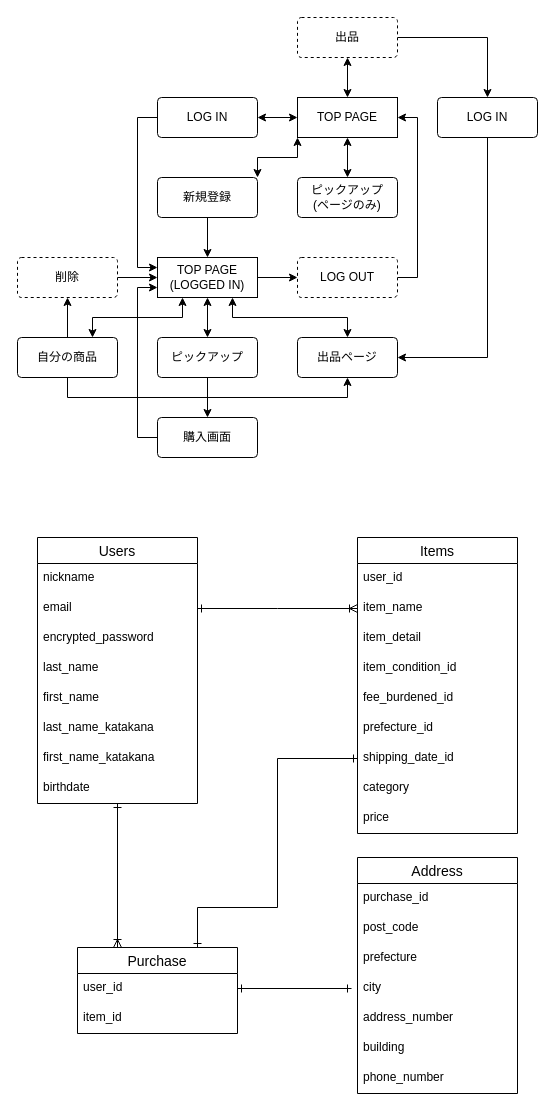
Above: furima.dio in akitomoj/furima-29583 (draw.io), before the change. Source tidied: cells renumbered, new cells numbered last; positions are measured from the earlier drawing's top-left corner, leaving out a move shared by most shapes. Both pictures are drawn from the tidied source at 100%, with x=0, y=0 at pixel (17, 17).
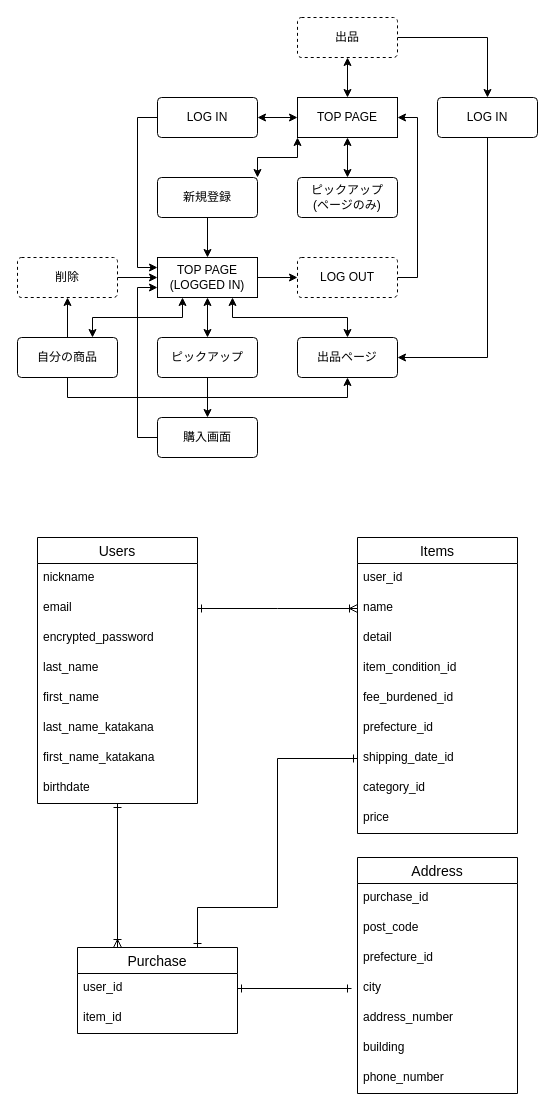
Above is the later version.

Commit message (it also covers changes not shown here):
テーブル設計：readmeとER図−修正3

Unchanged cells that the change refers to:
```xml
<mxCell id="43" value="Items" style="swimlane;fontStyle=0;horizontal=1;startSize=26;align=center;fontSize=14;" parent="1" vertex="1">
  <mxGeometry x="340" y="520" width="160" height="296" as="geometry" />
</mxCell>
<mxCell id="53" value="Address" style="swimlane;fontStyle=0;horizontal=1;startSize=26;align=center;fontSize=14;" parent="1" vertex="1">
  <mxGeometry x="340" y="840" width="160" height="236" as="geometry" />
</mxCell>
```

The edit, as a diff of the source:
```diff
@@
-    <mxCell id="45" value="item_name" style="text;strokeColor=none;fillColor=none;spacingLeft=4;spacingRight=4;overflow=hidden;fontSize=12;" parent="43" vertex="1">
+    <mxCell id="45" value="name" style="text;strokeColor=none;fillColor=none;spacingLeft=4;spacingRight=4;overflow=hidden;fontSize=12;" parent="43" vertex="1">
       <mxGeometry y="56" width="160" height="30" as="geometry" />
     </mxCell>
-    <mxCell id="46" value="item_detail" style="text;strokeColor=none;fillColor=none;spacingLeft=4;spacingRight=4;overflow=hidden;fontSize=12;" parent="43" vertex="1">
+    <mxCell id="46" value="detail" style="text;strokeColor=none;fillColor=none;spacingLeft=4;spacingRight=4;overflow=hidden;fontSize=12;" parent="43" vertex="1">
       <mxGeometry y="86" width="160" height="30" as="geometry" />
     </mxCell>
@@
-    <mxCell id="51" value="category" style="text;strokeColor=none;fillColor=none;spacingLeft=4;spacingRight=4;overflow=hidden;fontSize=12;" parent="43" vertex="1">
+    <mxCell id="51" value="category_id" style="text;strokeColor=none;fillColor=none;spacingLeft=4;spacingRight=4;overflow=hidden;fontSize=12;" parent="43" vertex="1">
       <mxGeometry y="236" width="160" height="30" as="geometry" />
     </mxCell>
@@
-    <mxCell id="56" value="prefecture" style="text;strokeColor=none;fillColor=none;spacingLeft=4;spacingRight=4;overflow=hidden;fontSize=12;" parent="53" vertex="1">
+    <mxCell id="56" value="prefecture_id" style="text;strokeColor=none;fillColor=none;spacingLeft=4;spacingRight=4;overflow=hidden;fontSize=12;" parent="53" vertex="1">
       <mxGeometry y="86" width="160" height="30" as="geometry" />
     </mxCell>
```
